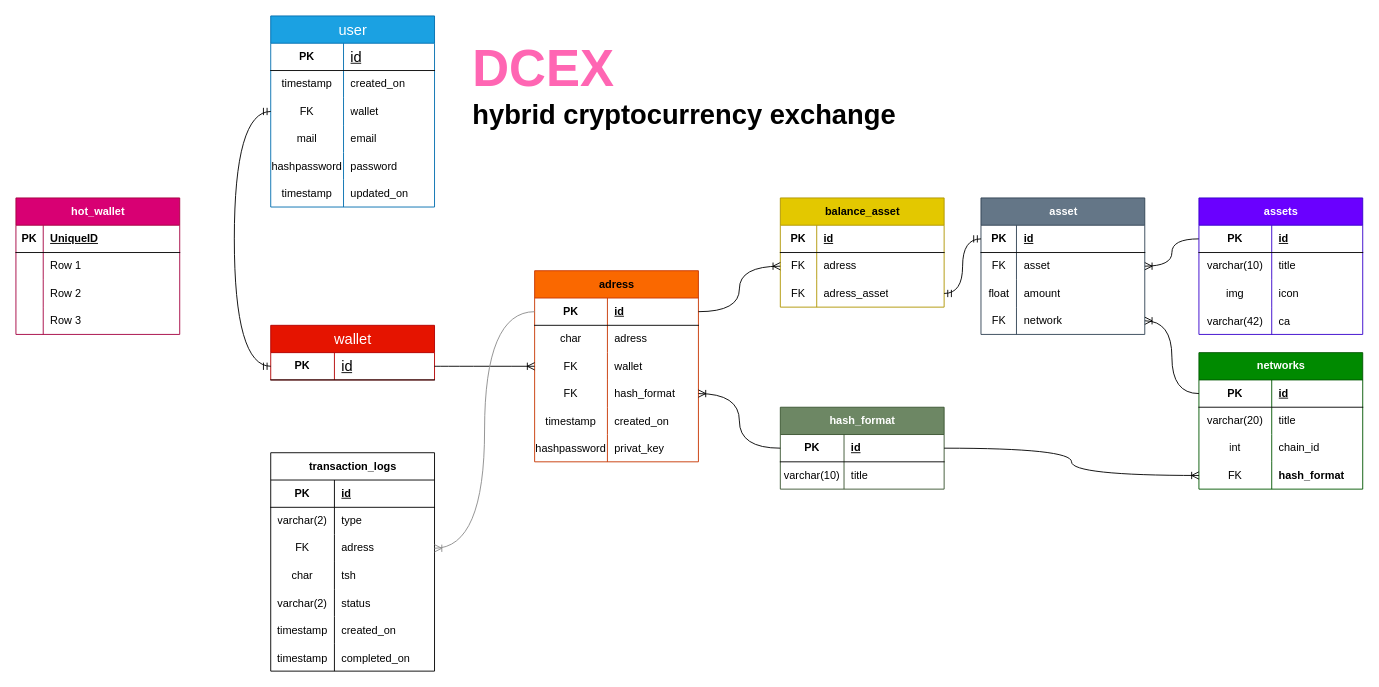
Before: dCEX_ER.drawio in on3ginnn/DCEX, a draw.io diagram. Source tidied: cells renumbered, new cells numbered last; positions are measured from the earlier drawing's top-left corner, leaving out a move shared by most shapes. Both pictures are drawn from the tidied source at 91%, with x=0, y=0 at pixel (15, 15).
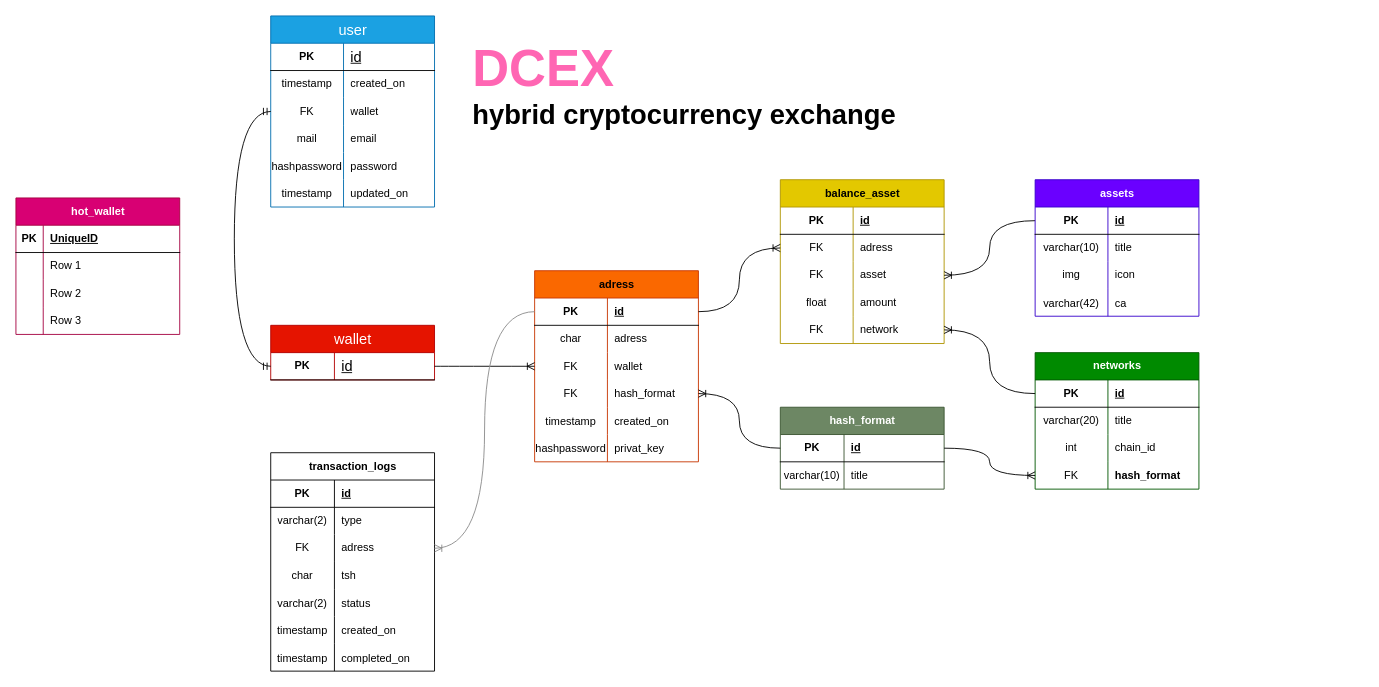
Above is the later version.

The change refers to these unchanged cells:
```xml
<mxCell id="22" style="shape=tableRow;horizontal=0;startSize=0;swimlaneHead=0;swimlaneBody=0;fillColor=none;top=0;left=0;right=0;bottom=1;" parent="21" vertex="1">
  <mxGeometry y="30" width="180" height="30" as="geometry" />
</mxCell>
<mxCell id="25" style="shape=tableRow;horizontal=0;startSize=0;swimlaneHead=0;swimlaneBody=0;fillColor=none;points=[[0,0.5],[1,0.5]];portConstraint=eastwest;top=0;left=0;right=0;bottom=0;" parent="21" vertex="1">
  <mxGeometry y="60" width="180" height="30" as="geometry" />
</mxCell>
<mxCell id="28" style="shape=tableRow;horizontal=0;startSize=0;swimlaneHead=0;swimlaneBody=0;fillColor=none;points=[[0,0.5],[1,0.5]];portConstraint=eastwest;top=0;left=0;right=0;bottom=0;" parent="21" vertex="1">
  <mxGeometry y="90" width="180" height="30" as="geometry" />
</mxCell>
<mxCell id="33" style="shape=tableRow;horizontal=0;startSize=0;swimlaneHead=0;swimlaneBody=0;fillColor=none;points=[[0,0.5],[1,0.5]];portConstraint=eastwest;top=0;left=0;right=0;bottom=1;" parent="32" vertex="1">
  <mxGeometry y="30" width="180" height="30" as="geometry" />
</mxCell>
<mxCell id="73" style="shape=tableRow;horizontal=0;startSize=0;swimlaneHead=0;swimlaneBody=0;fillColor=none;points=[[0,0.5],[1,0.5]];portConstraint=eastwest;top=0;left=0;right=0;bottom=1;" parent="72" vertex="1">
  <mxGeometry y="30" width="180" height="30" as="geometry" />
</mxCell>
```

What changed in the source:
```diff
@@
     <mxCell id="21" value="balance_asset" style="shape=table;startSize=30;childLayout=tableLayout;rowLines=0;fontStyle=1;align=center;html=1;fillColor=#e3c800;fontColor=#000000;strokeColor=#B09500;" parent="1" vertex="1">
-      <mxGeometry x="840" y="200" width="180" height="120" as="geometry" />
+      <mxGeometry x="840" y="180" width="180" height="180" as="geometry" />
     </mxCell>
@@
     <mxCell id="23" value="PK" style="shape=partialRectangle;fillColor=none;top=0;left=0;bottom=0;right=0;fontStyle=1;overflow=hidden;whiteSpace=wrap;html=1;" parent="22" vertex="1">
-      <mxGeometry width="40" height="30" as="geometry" />
+      <mxGeometry width="80" height="30" as="geometry" />
     </mxCell>
     <mxCell id="24" value="id" style="shape=partialRectangle;fillColor=none;top=0;left=0;bottom=0;right=0;align=left;spacingLeft=6;fontStyle=5;overflow=hidden;whiteSpace=wrap;html=1;" parent="22" vertex="1">
-      <mxGeometry x="40" width="140" height="30" as="geometry" />
+      <mxGeometry x="80" width="100" height="30" as="geometry" />
     </mxCell>
@@
     <mxCell id="26" value="FK" style="shape=partialRectangle;fillColor=none;top=0;left=0;bottom=0;right=0;fontStyle=0;overflow=hidden;whiteSpace=wrap;html=1;" parent="25" vertex="1">
-      <mxGeometry width="40" height="30" as="geometry" />
+      <mxGeometry width="80" height="30" as="geometry" />
     </mxCell>
     <mxCell id="27" value="adress" style="shape=partialRectangle;fillColor=none;top=0;left=0;bottom=0;right=0;align=left;spacingLeft=6;fontStyle=0;overflow=hidden;whiteSpace=wrap;html=1;" parent="25" vertex="1">
-      <mxGeometry x="40" width="140" height="30" as="geometry" />
+      <mxGeometry x="80" width="100" height="30" as="geometry" />
     </mxCell>
@@
     <mxCell id="29" value="FK" style="shape=partialRectangle;fillColor=none;top=0;left=0;bottom=0;right=0;fontStyle=0;overflow=hidden;whiteSpace=wrap;html=1;" parent="28" vertex="1">
-      <mxGeometry width="40" height="30" as="geometry" />
+      <mxGeometry width="80" height="30" as="geometry" />
     </mxCell>
-    <mxCell id="30" value="adress_asset" style="shape=partialRectangle;fillColor=none;top=0;left=0;bottom=0;right=0;align=left;spacingLeft=6;fontStyle=0;overflow=hidden;whiteSpace=wrap;html=1;" parent="28" vertex="1">
-      <mxGeometry x="40" width="140" height="30" as="geometry" />
+    <mxCell id="30" value="asset" style="shape=partialRectangle;fillColor=none;top=0;left=0;bottom=0;right=0;align=left;spacingLeft=6;fontStyle=0;overflow=hidden;whiteSpace=wrap;html=1;" parent="28" vertex="1">
+      <mxGeometry x="80" width="100" height="30" as="geometry" />
     </mxCell>
+    <mxCell id="141" style="shape=tableRow;horizontal=0;startSize=0;swimlaneHead=0;swimlaneBody=0;fillColor=none;points=[[0,0.5],[1,0.5]];portConstraint=eastwest;top=0;left=0;right=0;bottom=0;" parent="21" vertex="1">
+      <mxGeometry y="120" width="180" height="30" as="geometry" />
+    </mxCell>
+    <mxCell id="139" value="float" style="shape=partialRectangle;fillColor=none;top=0;left=0;bottom=0;right=0;overflow=hidden;whiteSpace=wrap;html=1;" parent="141" vertex="1">
+      <mxGeometry width="80" height="30" as="geometry" />
+    </mxCell>
+    <mxCell id="140" value="amount" style="shape=partialRectangle;fillColor=none;top=0;left=0;bottom=0;right=0;align=left;spacingLeft=6;overflow=hidden;whiteSpace=wrap;html=1;" parent="141" vertex="1">
+      <mxGeometry x="80" width="100" height="30" as="geometry" />
+    </mxCell>
+    <mxCell id="145" style="shape=tableRow;horizontal=0;startSize=0;swimlaneHead=0;swimlaneBody=0;fillColor=none;points=[[0,0.5],[1,0.5]];portConstraint=eastwest;top=0;left=0;right=0;bottom=0;" parent="21" vertex="1">
+      <mxGeometry y="150" width="180" height="30" as="geometry" />
+    </mxCell>
+    <mxCell id="146" value="FK" style="shape=partialRectangle;fillColor=none;top=0;left=0;bottom=0;right=0;fontStyle=0;overflow=hidden;whiteSpace=wrap;html=1;" parent="145" vertex="1">
+      <mxGeometry width="80" height="30" as="geometry" />
+    </mxCell>
+    <mxCell id="143" value="network" style="shape=partialRectangle;fillColor=none;top=0;left=0;bottom=0;right=0;align=left;spacingLeft=6;fontStyle=0;overflow=hidden;whiteSpace=wrap;html=1;" parent="145" vertex="1">
+      <mxGeometry x="80" width="100" height="30" as="geometry" />
+    </mxCell>
-    <mxCell id="31" style="edgeStyle=orthogonalEdgeStyle;fontSize=12;html=1;endArrow=ERoneToMany;rounded=0;entryX=1;entryY=0.5;entryDx=0;entryDy=0;exitX=0;exitY=0.5;exitDx=0;exitDy=0;curved=1;" parent="1" edge="1" source="33" target="135">
+    <mxCell id="31" style="edgeStyle=orthogonalEdgeStyle;fontSize=12;html=1;endArrow=ERoneToMany;rounded=0;entryX=1;entryY=0.5;entryDx=0;entryDy=0;exitX=0;exitY=0.5;exitDx=0;exitDy=0;curved=1;" parent="1" edge="1" source="33" target="28">
       <mxGeometry relative="1" as="geometry" />
     </mxCell>
     <mxCell id="32" value="assets" style="shape=table;startSize=30;childLayout=tableLayout;rowLines=0;fontStyle=1;align=center;html=1;fillColor=#6a00ff;fontColor=#ffffff;strokeColor=#3700CC;" parent="1" vertex="1">
-      <mxGeometry x="1300" y="200" width="180" height="150" as="geometry" />
+      <mxGeometry x="1120" y="180" width="180" height="150" as="geometry" />
     </mxCell>
@@
     <mxCell id="72" value="networks" style="shape=table;startSize=30;childLayout=tableLayout;rowLines=0;fontStyle=1;align=center;html=1;fillColor=#008a00;fontColor=#ffffff;strokeColor=#005700;" parent="1" vertex="1">
-      <mxGeometry x="1300" y="370" width="180" height="150" as="geometry" />
+      <mxGeometry x="1120" y="370" width="180" height="150" as="geometry" />
     </mxCell>
@@
-    <mxCell id="92" style="edgeStyle=orthogonalEdgeStyle;fontSize=12;html=1;endArrow=ERoneToMany;rounded=0;entryX=1;entryY=0.5;entryDx=0;entryDy=0;exitX=0;exitY=0.5;exitDx=0;exitDy=0;curved=1;" parent="1" edge="1" source="73" target="141">
+    <mxCell id="92" style="edgeStyle=orthogonalEdgeStyle;fontSize=12;html=1;endArrow=ERoneToMany;rounded=0;entryX=1;entryY=0.5;entryDx=0;entryDy=0;exitX=0;exitY=0.5;exitDx=0;exitDy=0;curved=1;" parent="1" edge="1" source="73" target="145">
       <mxGeometry relative="1" as="geometry" />
     </mxCell>
@@
-    <mxCell id="131" value="asset" style="shape=table;startSize=30;childLayout=tableLayout;rowLines=0;fontStyle=1;align=center;html=1;fillColor=#647687;strokeColor=#314354;fontColor=#ffffff;" parent="1" vertex="1">
-      <mxGeometry x="1060.5" y="200" width="180" height="150" as="geometry" />
-    </mxCell>
-    <mxCell id="132" style="shape=tableRow;horizontal=0;startSize=0;swimlaneHead=0;swimlaneBody=0;fillColor=none;points=[[0,0.5],[1,0.5]];portConstraint=eastwest;top=0;left=0;right=0;bottom=1;" parent="131" vertex="1">
-      <mxGeometry y="30" width="180" height="30" as="geometry" />
-    </mxCell>
-    <mxCell id="133" value="PK" style="shape=partialRectangle;fillColor=none;top=0;left=0;bottom=0;right=0;fontStyle=1;overflow=hidden;whiteSpace=wrap;html=1;" parent="132" vertex="1">
-      <mxGeometry width="39" height="30" as="geometry" />
-    </mxCell>
-    <mxCell id="134" value="id" style="shape=partialRectangle;fillColor=none;top=0;left=0;bottom=0;right=0;align=left;spacingLeft=6;fontStyle=5;overflow=hidden;whiteSpace=wrap;html=1;" parent="132" vertex="1">
-      <mxGeometry x="39" width="141" height="30" as="geometry" />
-    </mxCell>
-    <mxCell id="135" style="shape=tableRow;horizontal=0;startSize=0;swimlaneHead=0;swimlaneBody=0;fillColor=none;points=[[0,0.5],[1,0.5]];portConstraint=eastwest;top=0;left=0;right=0;bottom=0;" parent="131" vertex="1">
-      <mxGeometry y="60" width="180" height="30" as="geometry" />
-    </mxCell>
-    <mxCell id="136" value="FK" style="shape=partialRectangle;fillColor=none;top=0;left=0;bottom=0;right=0;fontStyle=0;overflow=hidden;whiteSpace=wrap;html=1;" parent="135" vertex="1">
-      <mxGeometry width="39" height="30" as="geometry" />
-    </mxCell>
-    <mxCell id="137" value="asset" style="shape=partialRectangle;fillColor=none;top=0;left=0;bottom=0;right=0;align=left;spacingLeft=6;fontStyle=0;overflow=hidden;whiteSpace=wrap;html=1;" parent="135" vertex="1">
-      <mxGeometry x="39" width="141" height="30" as="geometry" />
-    </mxCell>
-    <mxCell id="138" style="shape=tableRow;horizontal=0;startSize=0;swimlaneHead=0;swimlaneBody=0;fillColor=none;top=0;left=0;right=0;bottom=0;" parent="131" vertex="1">
-      <mxGeometry y="90" width="180" height="30" as="geometry" />
-    </mxCell>
-    <mxCell id="139" value="float" style="shape=partialRectangle;fillColor=none;top=0;left=0;bottom=0;right=0;overflow=hidden;whiteSpace=wrap;html=1;" parent="138" vertex="1">
-      <mxGeometry width="39" height="30" as="geometry" />
-    </mxCell>
-    <mxCell id="140" value="amount" style="shape=partialRectangle;fillColor=none;top=0;left=0;bottom=0;right=0;align=left;spacingLeft=6;overflow=hidden;whiteSpace=wrap;html=1;" parent="138" vertex="1">
-      <mxGeometry x="39" width="141" height="30" as="geometry" />
-    </mxCell>
-    <mxCell id="141" style="shape=tableRow;horizontal=0;startSize=0;swimlaneHead=0;swimlaneBody=0;fillColor=none;points=[[0,0.5],[1,0.5]];portConstraint=eastwest;top=0;left=0;right=0;bottom=0;" parent="131" vertex="1">
-      <mxGeometry y="120" width="180" height="30" as="geometry" />
-    </mxCell>
-    <mxCell id="142" value="FK" style="shape=partialRectangle;fillColor=none;top=0;left=0;bottom=0;right=0;fontStyle=0;overflow=hidden;whiteSpace=wrap;html=1;" parent="141" vertex="1">
-      <mxGeometry width="39" height="30" as="geometry" />
-    </mxCell>
-    <mxCell id="143" value="network" style="shape=partialRectangle;fillColor=none;top=0;left=0;bottom=0;right=0;align=left;spacingLeft=6;fontStyle=0;overflow=hidden;whiteSpace=wrap;html=1;" parent="141" vertex="1">
-      <mxGeometry x="39" width="141" height="30" as="geometry" />
-    </mxCell>
-    <mxCell id="144" style="edgeStyle=orthogonalEdgeStyle;fontSize=12;html=1;endArrow=ERmandOne;startArrow=ERmandOne;rounded=0;exitX=1;exitY=0.5;exitDx=0;exitDy=0;entryX=0;entryY=0.5;entryDx=0;entryDy=0;curved=1;" parent="1" edge="1" source="28" target="132">
-      <mxGeometry relative="1" as="geometry" />
-    </mxCell>
```
